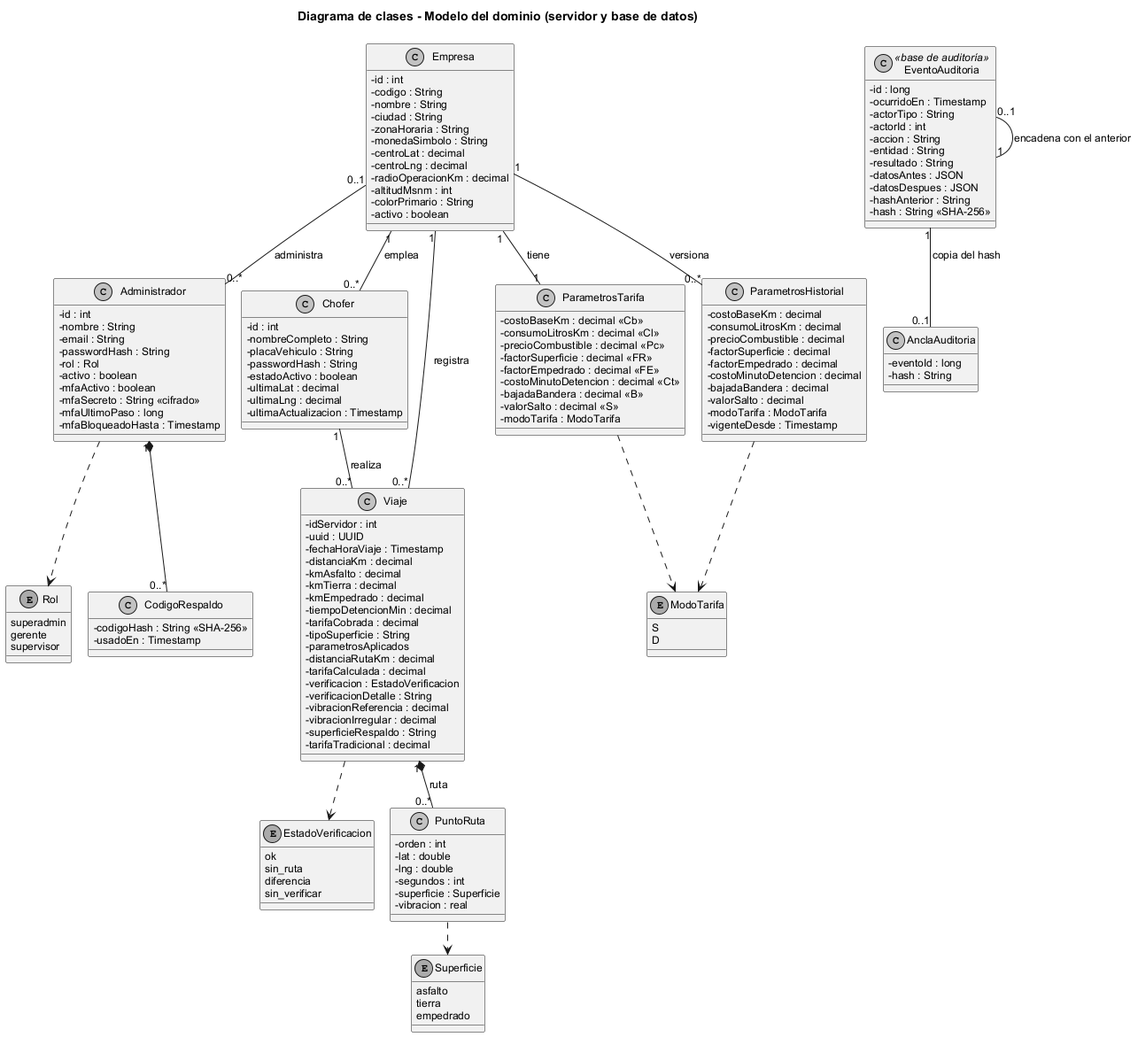
This is diseno/uml/clases01_dominio.png from BenjexDtz/pulpos-taxis, a PlantUML export, as it was before one commit.
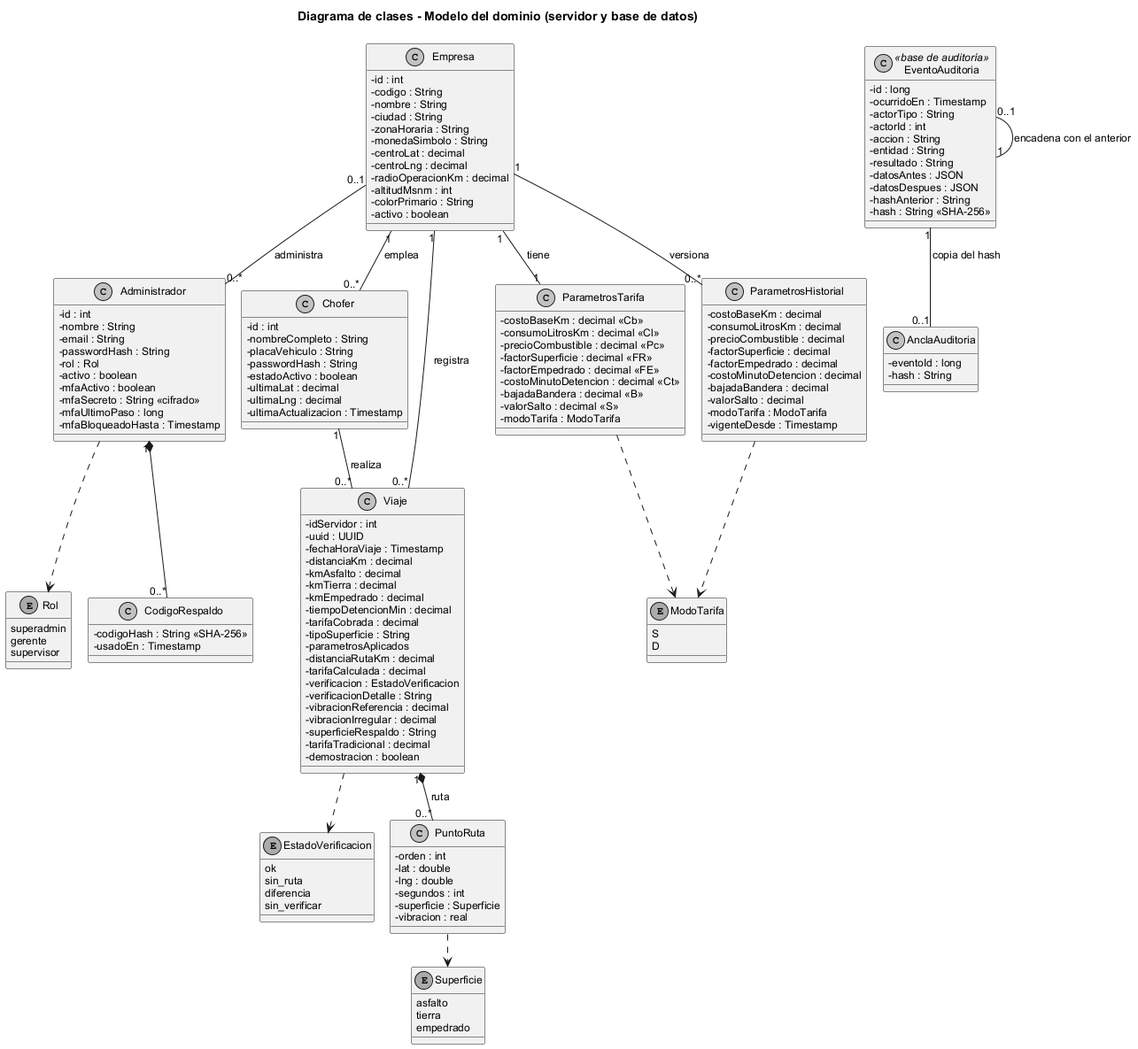
Above is the later version.

The edit, as a diff of the source:
```diff
@@ -116,6 +116,7 @@
   - vibracionIrregular : decimal
   - superficieRespaldo : String
   - tarifaTradicional : decimal
+  - demostracion : boolean
 }
 
 class PuntoRuta {
```
